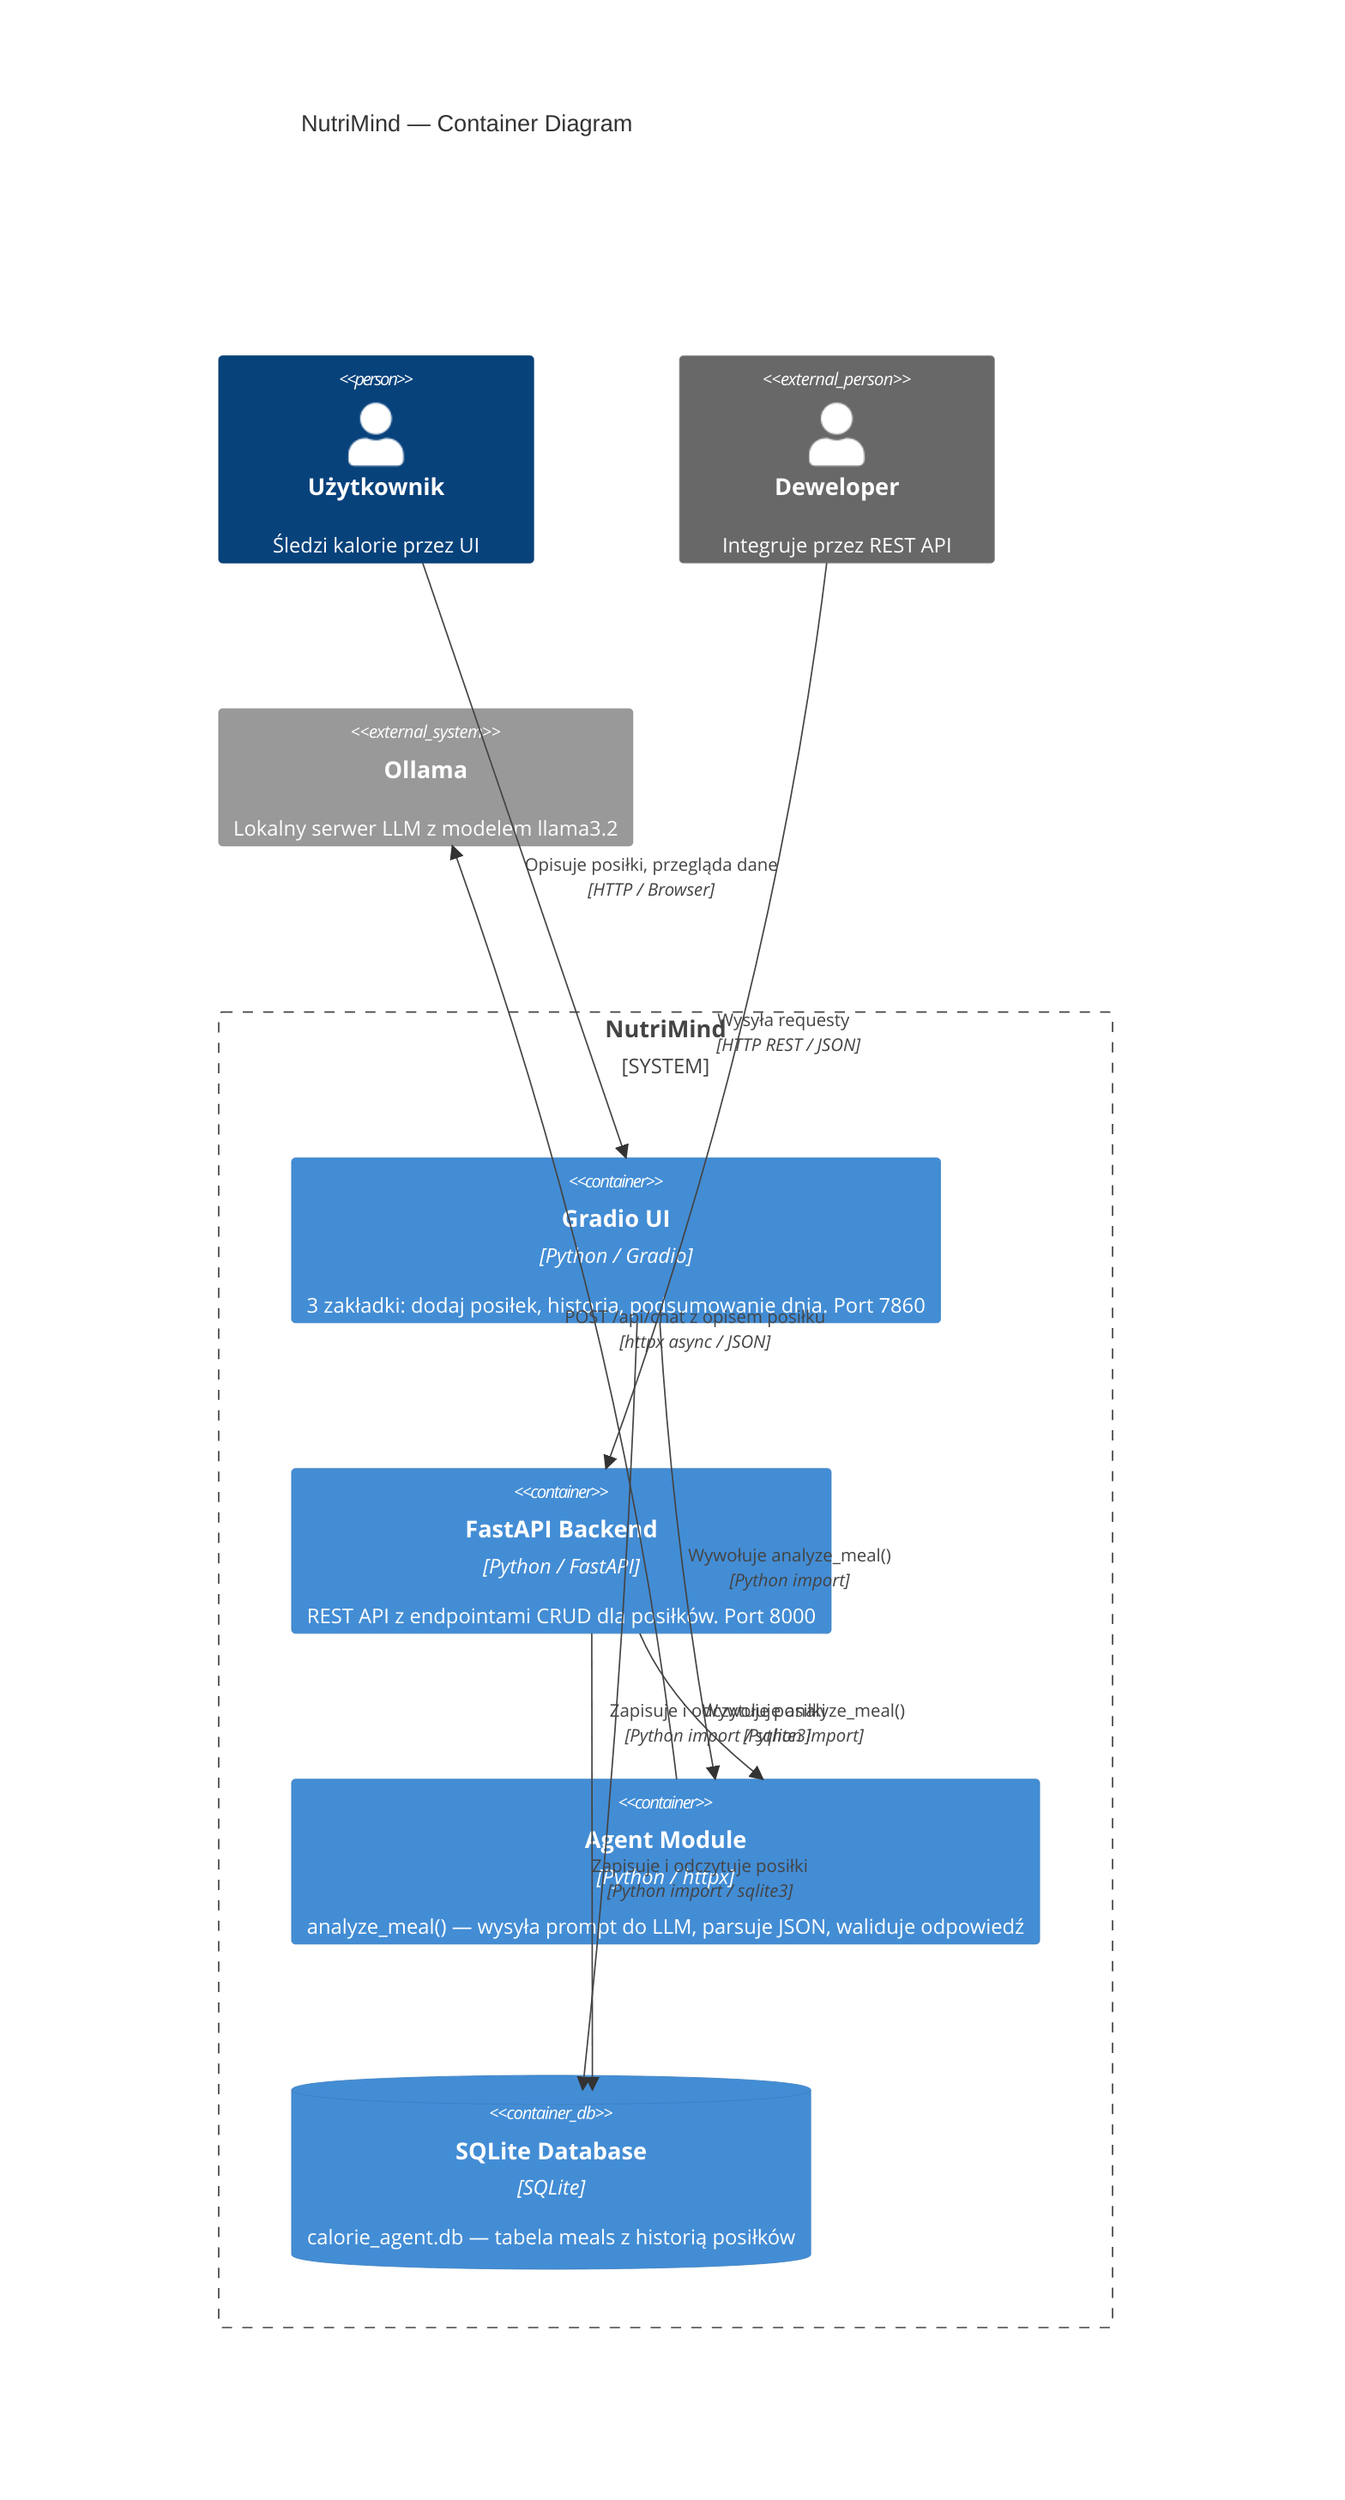
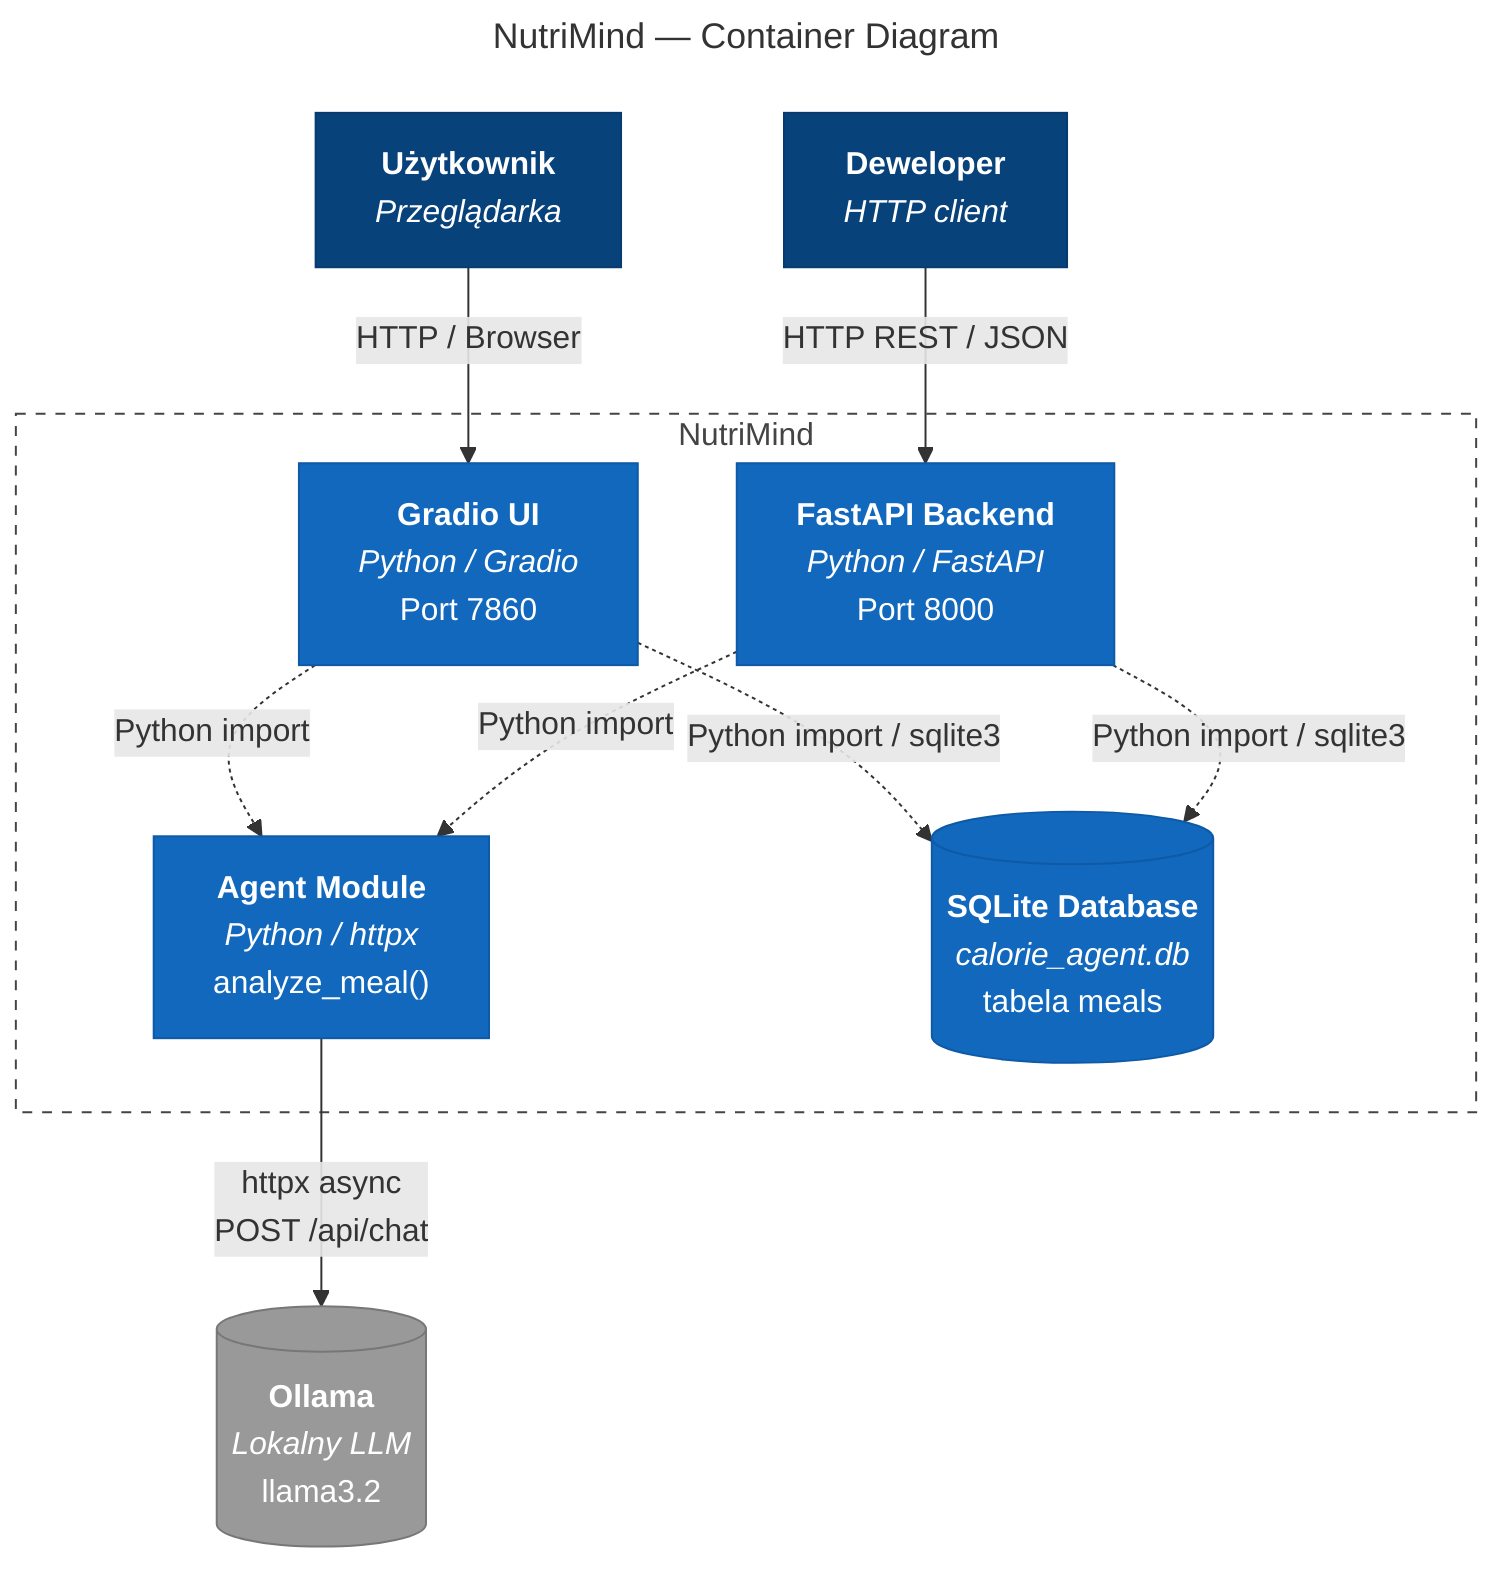
- C4Container
-     title NutriMind — Container Diagram
+ ---
+ title: "NutriMind — Container Diagram"
+ ---
+ flowchart TB
+     user["<b>Użytkownik</b><br/><i>Przeglądarka</i>"]
+     dev["<b>Deweloper</b><br/><i>HTTP client</i>"]

-     Person(user, "Użytkownik", "Śledzi kalorie przez UI")
-     Person_Ext(dev, "Deweloper", "Integruje przez REST API")
+     subgraph nutrimind ["NutriMind"]
+         gradio["<b>Gradio UI</b><br/><i>Python / Gradio</i><br/>Port 7860"]
+         fastapi["<b>FastAPI Backend</b><br/><i>Python / FastAPI</i><br/>Port 8000"]
+         agent["<b>Agent Module</b><br/><i>Python / httpx</i><br/>analyze_meal()"]
+         db[("<b>SQLite Database</b><br/><i>calorie_agent.db</i><br/>tabela meals")]
+     end

-     System_Boundary(nutrimind, "NutriMind") {
-         Container(gradio, "Gradio UI", "Python / Gradio", "3 zakładki: dodaj posiłek, historia, podsumowanie dnia. Port 7860")
-         Container(fastapi, "FastAPI Backend", "Python / FastAPI", "REST API z endpointami CRUD dla posiłków. Port 8000")
-         Container(agent, "Agent Module", "Python / httpx", "analyze_meal() — wysyła prompt do LLM, parsuje JSON, waliduje odpowiedź")
-         ContainerDb(db, "SQLite Database", "SQLite", "calorie_agent.db — tabela meals z historią posiłków")
-     }
+     ollama[("<b>Ollama</b><br/><i>Lokalny LLM</i><br/>llama3.2")]

-     System_Ext(ollama, "Ollama", "Lokalny serwer LLM z modelem llama3.2")
+     user -- "HTTP / Browser" --> gradio
+     dev -- "HTTP REST / JSON" --> fastapi

-     Rel(user, gradio, "Opisuje posiłki, przegląda dane", "HTTP / Browser")
-     Rel(dev, fastapi, "Wysyła requesty", "HTTP REST / JSON")
+     gradio -. "Python import" .-> agent
+     gradio -. "Python import / sqlite3" .-> db

-     Rel(gradio, agent, "Wywołuje analyze_meal()", "Python import")
-     Rel(gradio, db, "Zapisuje i odczytuje posiłki", "Python import / sqlite3")
+     fastapi -. "Python import" .-> agent
+     fastapi -. "Python import / sqlite3" .-> db

-     Rel(fastapi, agent, "Wywołuje analyze_meal()", "Python import")
-     Rel(fastapi, db, "Zapisuje i odczytuje posiłki", "Python import / sqlite3")
+     agent -- "httpx async<br/>POST /api/chat" --> ollama

-     Rel(agent, ollama, "POST /api/chat z opisem posiłku", "httpx async / JSON")
+     classDef person fill:#08427b,color:#fff,stroke:#073b6f
+     classDef container fill:#1168bd,color:#fff,stroke:#0e5aa7
+     classDef database fill:#1168bd,color:#fff,stroke:#0e5aa7
+     classDef external fill:#999,color:#fff,stroke:#777
+     classDef boundary fill:none,stroke:#444,stroke-dasharray:5 5,color:#444
+ 
+     class user,dev person
+     class gradio,fastapi,agent container
+     class db database
+     class ollama external
+     class nutrimind boundary
